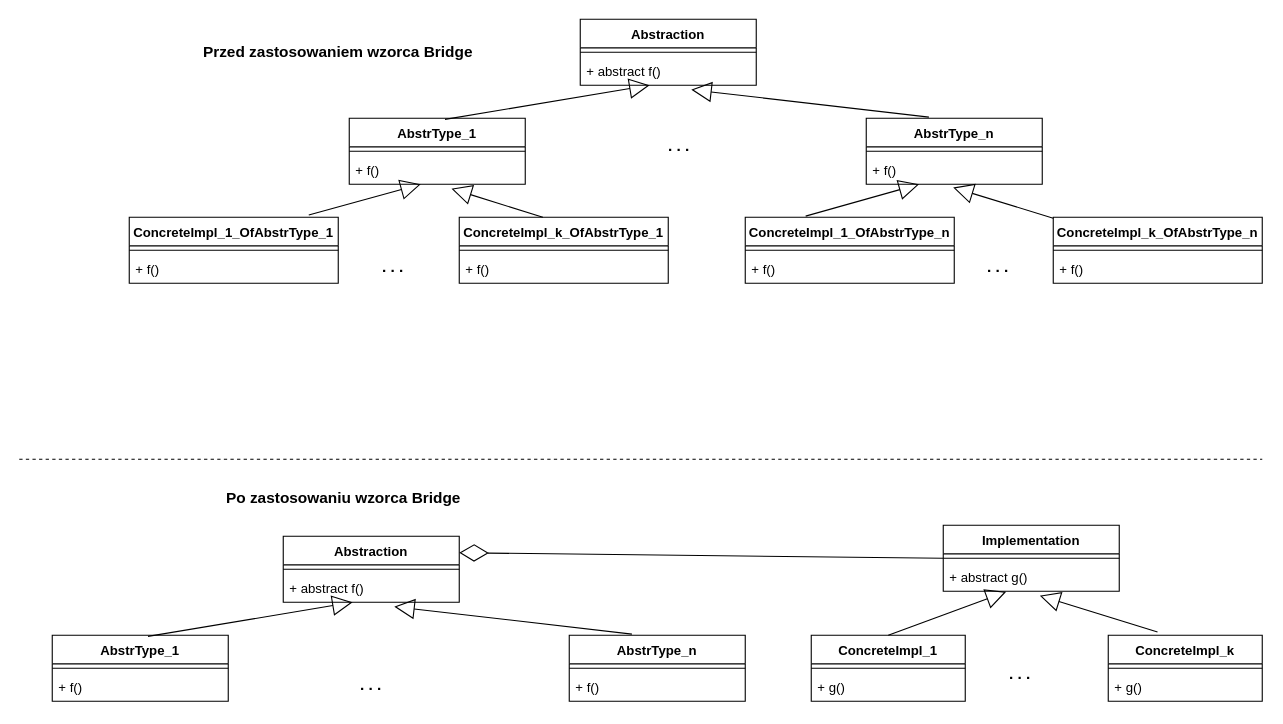
This is src/main/java/largesetofclasses/redesign/solution.drawio from plbartnicki/cleancodetransporeon23242023, a draw.io file, before an edit. Source tidied: cells renumbered, new cells numbered last; positions are measured from the earlier drawing's top-left corner, leaving out a move shared by most shapes. Both pictures are drawn from the tidied source at 110%, with x=0, y=0 at pixel (19, 19).
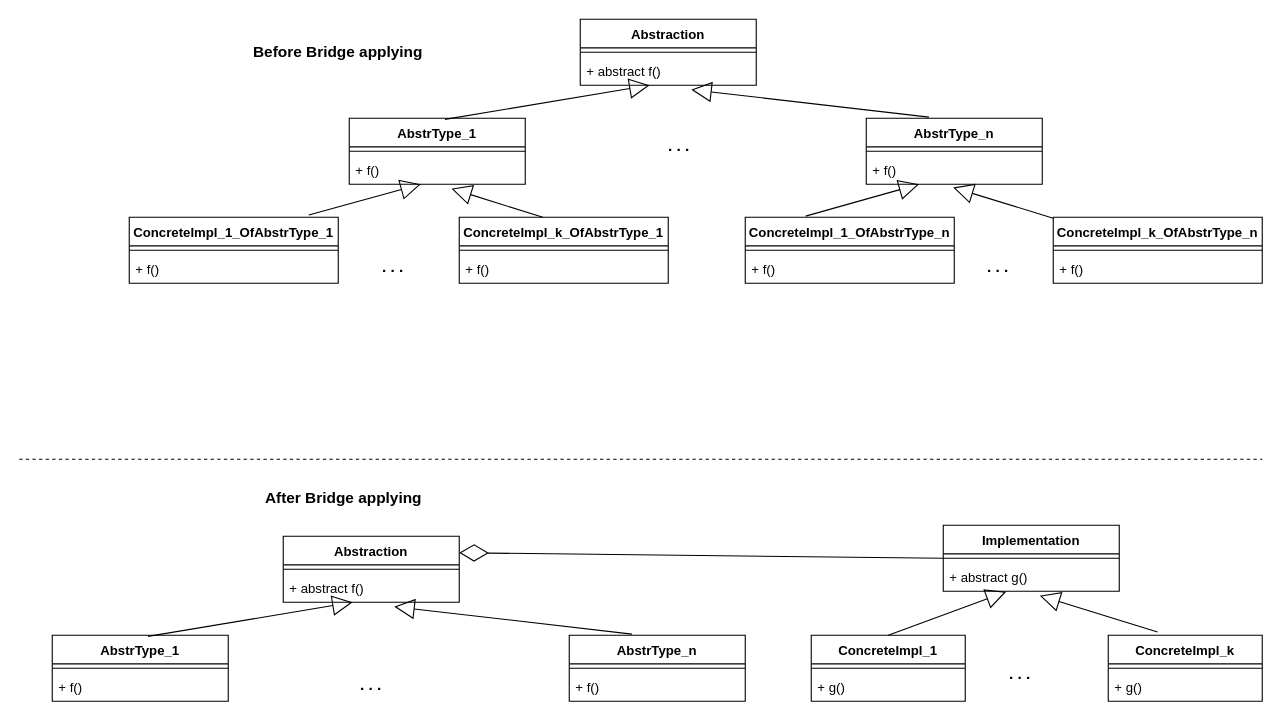
The same page after the edit.

The edit, as a diff of the source:
```diff
@@
-    <mxCell id="30" value="&lt;b&gt;Po zastosowaniu wzorca Bridge&lt;/b&gt;" style="text;html=1;strokeColor=none;fillColor=none;align=center;verticalAlign=middle;whiteSpace=wrap;rounded=0;fontSize=14;" parent="1" vertex="1">
+    <mxCell id="30" value="&lt;b&gt;After Bridge applying&lt;br&gt;&lt;/b&gt;" style="text;html=1;strokeColor=none;fillColor=none;align=center;verticalAlign=middle;whiteSpace=wrap;rounded=0;fontSize=14;" parent="1" vertex="1">
       <mxGeometry x="160" y="420" width="270" height="30" as="geometry" />
     </mxCell>
-    <mxCell id="31" value="&lt;b&gt;Przed zastosowaniem wzorca Bridge&lt;/b&gt;" style="text;html=1;strokeColor=none;fillColor=none;align=center;verticalAlign=middle;whiteSpace=wrap;rounded=0;fontSize=14;" parent="1" vertex="1">
+    <mxCell id="31" value="&lt;b&gt;Before Bridge applying&lt;br&gt;&lt;/b&gt;" style="text;html=1;strokeColor=none;fillColor=none;align=center;verticalAlign=middle;whiteSpace=wrap;rounded=0;fontSize=14;" parent="1" vertex="1">
       <mxGeometry x="160" y="15" width="260" height="30" as="geometry" />
     </mxCell>
```
